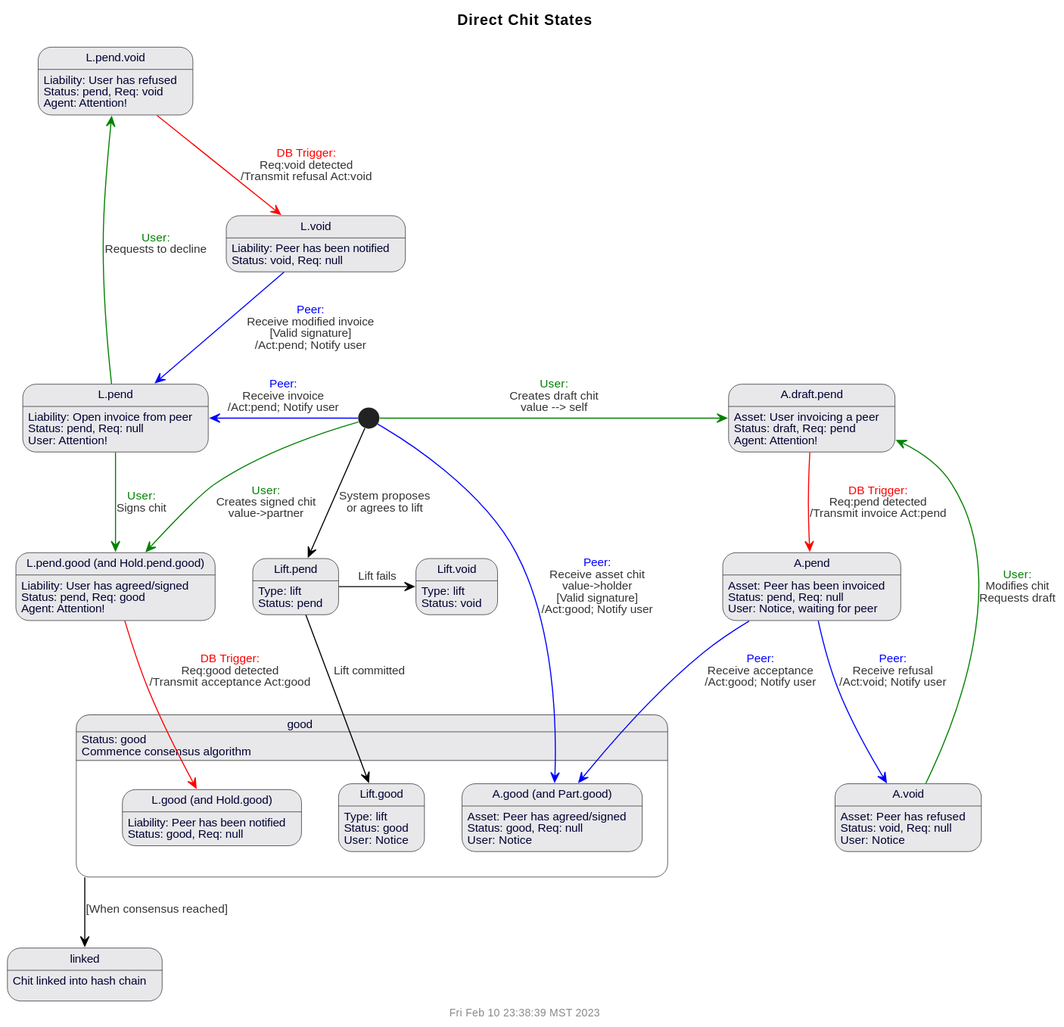
Above: doc/uml/state-chit.svg in gotchoices/MyCHIPs (PlantUML), before the change.
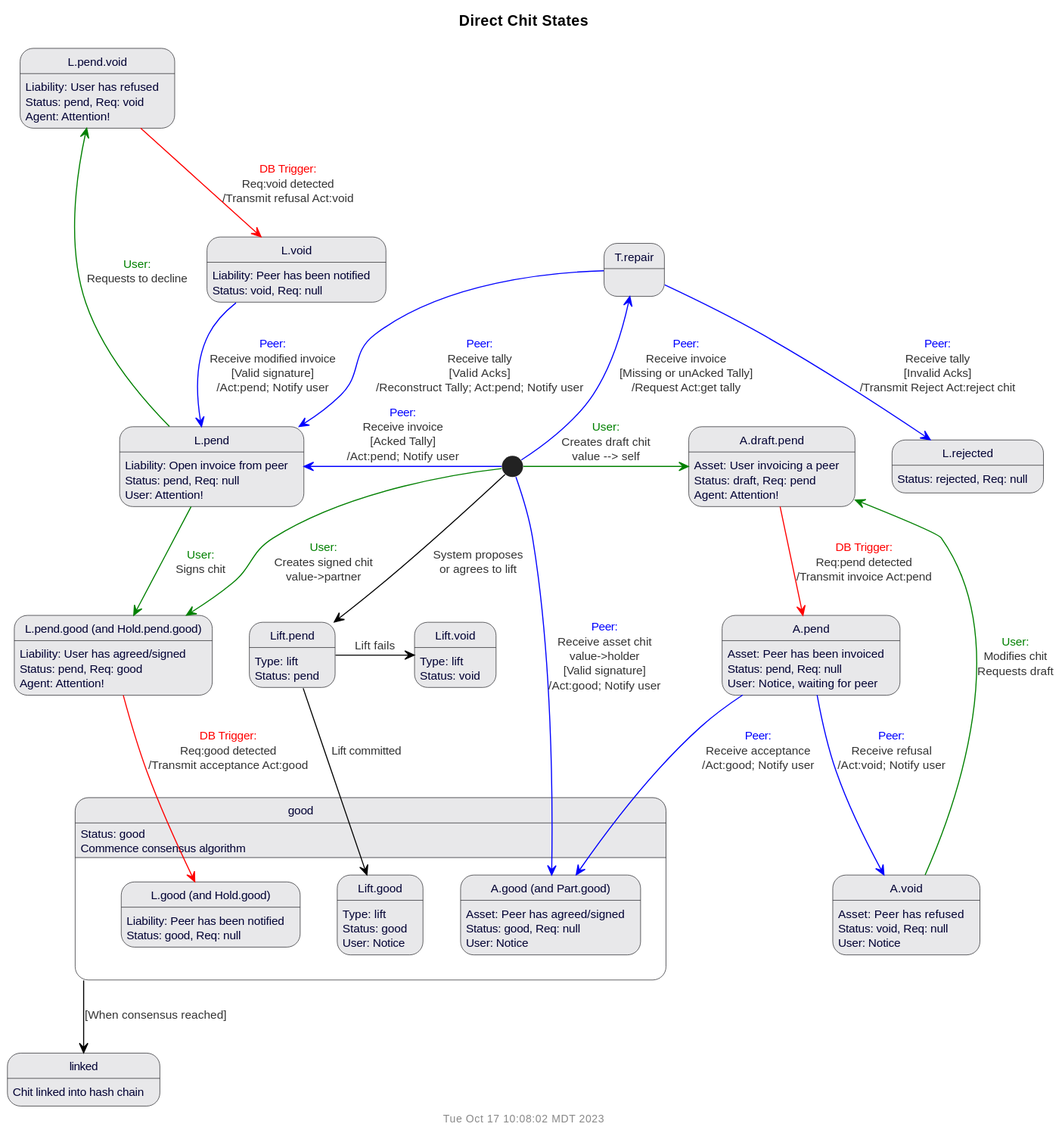
After the change.

Commit message:
Added Tally Repair state to chit states.

What changed in the source:
```diff
@@ -2,6 +2,8 @@
 !include common.puml
 
 $title(Direct Chit States)
+state "T.repair" as tRepair
+state "L.rejected" as lRejected
 state "L.pend.good (and Hold.pend.good)" as lPendGood
 state "L.pend" as lPend
 state "L.pend.void" as lPendVoid
@@ -16,6 +18,8 @@
   state "A.good (and Part.good)" as aGood
   state "Lift.good" as liftGood
 }
+
+lRejected: Status: rejected, Req: null
 
 lPend: Liability: Open invoice from peer
 lPend: Status: pend, Req: null
@@ -61,10 +65,13 @@
 liftVoid : Type: lift\nStatus: void
 
 [*] -right[$user]-> aDraftPend : $trans($user,Creates draft chit\nvalue --> self)
-[*] -left[$peer]-> lPend : $trans($peer,Receive invoice,'',Act:pend; Notify user)
+[*] -left[$peer]-> lPend : $trans($peer,Receive invoice,Acked Tally,Act:pend; Notify user)
+[*] -left[$peer]-> tRepair : $trans($peer,Receive invoice,Missing or unAcked Tally,Request Act:get tally)
 [*] -[$user]-> lPendGood : $trans($user,Creates signed chit\nvalue->partner)
 [*] -[$peer]-> aGood : $trans($peer,Receive asset chit\nvalue->holder, Valid signature, Act:good; Notify user)
 
+tRepair -[$peer]-> lPend : $trans($peer,Receive tally,Valid Acks,Reconstruct Tally; Act:pend; Notify user)
+tRepair -[$peer]-> lRejected : $trans($peer,Receive tally,Invalid Acks,Transmit Reject Act:reject chit)
 aDraftPend -[$db]-> aPend : $trans($db,Req:pend detected,'',Transmit invoice Act:pend)
 aPend -[$peer]-> aVoid : $trans($peer,Receive refusal,'',Act:void; Notify user)
 aVoid -[$user]-> aDraftPend : $trans($user,Modifies chit\nRequests draft,'')
@@ -82,4 +89,5 @@
 [*] -right-> liftPend : System proposes\nor agrees to lift
 liftPend -right-> liftVoid : Lift fails
 liftPend --> liftGood : Lift committed
+
 @enduml
```
